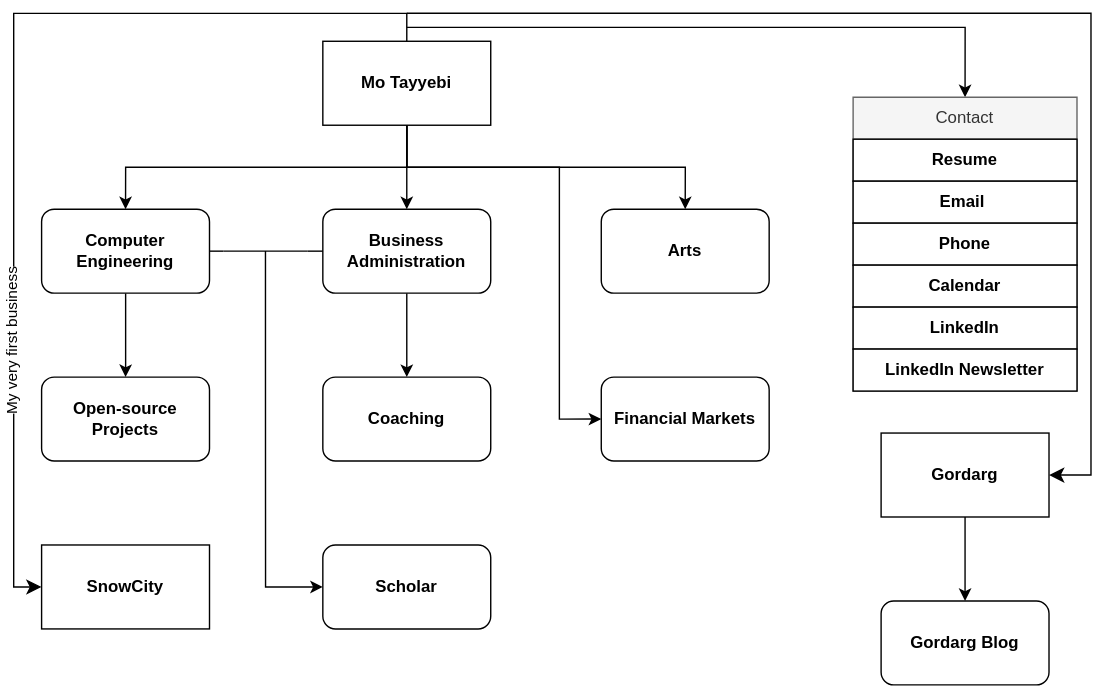
This is img/map.drawio.svg from tayyebi/tayyebi.github.io, a draw.io export, as it was before one commit. Source tidied: cells renumbered, new cells last; positions are measured from the earlier drawing's top-left corner, leaving out a move shared by most shapes. Source of this version:
```xml
<mxGraphModel>
  <root>
    <mxCell id="0" />
    <mxCell id="1" parent="0" />
    <mxCell id="2" style="edgeStyle=orthogonalEdgeStyle;rounded=0;jettySize=auto;html=1;entryX=0.5;entryY=0;entryDx=0;entryDy=0;" parent="1" edge="1" source="6" target="10">
      <mxGeometry relative="1" as="geometry">
        <Array as="points">
          <mxPoint x="281" y="150" />
          <mxPoint x="80" y="150" />
        </Array>
      </mxGeometry>
    </mxCell>
    <mxCell id="3" style="edgeStyle=orthogonalEdgeStyle;rounded=0;jettySize=auto;html=1;" parent="1" edge="1" source="6" target="12">
      <mxGeometry relative="1" as="geometry" />
    </mxCell>
    <mxCell id="4" style="edgeStyle=orthogonalEdgeStyle;rounded=0;jettySize=auto;html=1;exitX=0.5;exitY=1;exitDx=0;exitDy=0;entryX=0.5;entryY=0;entryDx=0;entryDy=0;" parent="1" edge="1" source="6" target="20">
      <mxGeometry relative="1" as="geometry" />
    </mxCell>
    <mxCell id="5" style="edgeStyle=orthogonalEdgeStyle;rounded=0;jettySize=auto;html=1;exitX=0.5;exitY=0;exitDx=0;exitDy=0;entryX=0.5;entryY=0;entryDx=0;entryDy=0;" parent="1" edge="1" source="6" target="13">
      <mxGeometry relative="1" as="geometry">
        <Array as="points">
          <mxPoint x="281" y="50" />
          <mxPoint x="680" y="50" />
        </Array>
      </mxGeometry>
    </mxCell>
    <mxCell id="6" value="&lt;b&gt;Mo Tayyebi&lt;/b&gt;" style="rounded=1;whiteSpace=wrap;html=1;arcSize=0;" parent="1" vertex="1">
      <mxGeometry x="221" y="60" width="120" height="60" as="geometry" />
    </mxCell>
    <mxCell id="7" style="edgeStyle=orthogonalEdgeStyle;rounded=0;jettySize=auto;html=1;exitX=0.5;exitY=1;exitDx=0;exitDy=0;entryX=0.5;entryY=0;entryDx=0;entryDy=0;" parent="1" edge="1" source="8" target="25">
      <mxGeometry relative="1" as="geometry" />
    </mxCell>
    <mxCell id="8" value="&lt;b&gt;Gordarg&lt;/b&gt;" style="rounded=0;whiteSpace=wrap;html=1;" parent="1" vertex="1">
      <mxGeometry x="620" y="340" width="120" height="60" as="geometry" />
    </mxCell>
    <mxCell id="9" style="edgeStyle=orthogonalEdgeStyle;rounded=0;jettySize=auto;html=1;entryX=0.5;entryY=0;entryDx=0;entryDy=0;fontColor=#000000;" parent="1" edge="1" source="10" target="27">
      <mxGeometry relative="1" as="geometry">
        <Array as="points">
          <mxPoint x="80" y="290" />
          <mxPoint x="80" y="290" />
        </Array>
      </mxGeometry>
    </mxCell>
    <mxCell id="10" value="&lt;b&gt;Computer Engineering&lt;/b&gt;" style="rounded=1;whiteSpace=wrap;html=1;" parent="1" vertex="1">
      <mxGeometry x="20" y="180" width="120" height="60" as="geometry" />
    </mxCell>
    <mxCell id="11" style="edgeStyle=orthogonalEdgeStyle;rounded=0;jettySize=auto;html=1;exitX=0.5;exitY=1;exitDx=0;exitDy=0;entryX=0.5;entryY=0;entryDx=0;entryDy=0;fontColor=#000000;" parent="1" edge="1" source="12" target="26">
      <mxGeometry relative="1" as="geometry" />
    </mxCell>
    <mxCell id="12" value="&lt;b&gt;Business Administration&lt;/b&gt;" style="rounded=1;whiteSpace=wrap;html=1;" parent="1" vertex="1">
      <mxGeometry x="221" y="180" width="120" height="60" as="geometry" />
    </mxCell>
    <mxCell id="13" value="Contact" style="swimlane;fontStyle=0;horizontal=1;startSize=30;whiteSpace=wrap;html=1;fillStyle=solid;fillColor=#f5f5f5;fontColor=#333333;strokeColor=#666666;" parent="1" vertex="1">
      <mxGeometry x="600" y="100" width="160" height="210" as="geometry" />
    </mxCell>
    <mxCell id="14" value="Resume" style="text;align=center;verticalAlign=middle;spacingLeft=4;spacingRight=4;overflow=hidden;whiteSpace=wrap;html=1;fillColor=default;strokeColor=default;fontStyle=1;" parent="13" vertex="1">
      <mxGeometry y="30" width="160" height="30" as="geometry" />
    </mxCell>
    <mxCell id="15" value="Email&amp;nbsp;" style="text;align=center;verticalAlign=middle;spacingLeft=4;spacingRight=4;overflow=hidden;whiteSpace=wrap;html=1;fillColor=default;strokeColor=default;fontStyle=1;" parent="13" vertex="1">
      <mxGeometry y="60" width="160" height="30" as="geometry" />
    </mxCell>
    <mxCell id="16" value="Phone" style="text;align=center;verticalAlign=middle;spacingLeft=4;spacingRight=4;overflow=hidden;whiteSpace=wrap;html=1;fillColor=default;strokeColor=default;fontStyle=1;" parent="13" vertex="1">
      <mxGeometry y="90" width="160" height="30" as="geometry" />
    </mxCell>
    <mxCell id="17" value="Calendar" style="text;align=center;verticalAlign=middle;spacingLeft=4;spacingRight=4;overflow=hidden;whiteSpace=wrap;html=1;fillColor=default;strokeColor=default;fontStyle=1;" parent="13" vertex="1">
      <mxGeometry y="120" width="160" height="30" as="geometry" />
    </mxCell>
    <mxCell id="18" value="LinkedIn" style="text;align=center;verticalAlign=middle;spacingLeft=4;spacingRight=4;overflow=hidden;whiteSpace=wrap;html=1;fillColor=default;strokeColor=default;fontStyle=1;" parent="13" vertex="1">
      <mxGeometry y="150" width="160" height="30" as="geometry" />
    </mxCell>
    <mxCell id="19" value="LinkedIn&amp;nbsp;&lt;span style=&quot;background-color: initial;&quot;&gt;Newsletter&lt;/span&gt;" style="text;align=center;verticalAlign=middle;spacingLeft=4;spacingRight=4;overflow=hidden;whiteSpace=wrap;html=1;fillColor=default;strokeColor=default;fontStyle=1;" parent="13" vertex="1">
      <mxGeometry y="180" width="160" height="30" as="geometry" />
    </mxCell>
    <mxCell id="20" value="&lt;b&gt;Arts&lt;br&gt;&lt;/b&gt;" style="rounded=1;whiteSpace=wrap;html=1;" parent="1" vertex="1">
      <mxGeometry x="420" y="180" width="120" height="60" as="geometry" />
    </mxCell>
    <mxCell id="21" style="edgeStyle=orthogonalEdgeStyle;rounded=0;jettySize=auto;html=1;exitX=0;exitY=0;exitDx=30;exitDy=80;exitPerimeter=0;entryX=0;entryY=0.5;entryDx=0;entryDy=0;" parent="1" edge="1" source="22" target="28">
      <mxGeometry relative="1" as="geometry" />
    </mxCell>
    <mxCell id="22" style="shape=tee;whiteSpace=wrap;html=1;strokeColor=default;fontColor=#000000;dx=0;dy=0;" parent="1" vertex="1">
      <mxGeometry x="150" y="210" width="60" height="80" as="geometry" />
    </mxCell>
    <mxCell id="23" style="endArrow=none;html=1;rounded=0;fontColor=#000000;entryX=0;entryY=0.5;entryDx=0;entryDy=0;exitX=1;exitY=0;exitDx=0;exitDy=0;exitPerimeter=0;" parent="1" edge="1" source="22" target="12">
      <mxGeometry relative="1" as="geometry" />
    </mxCell>
    <mxCell id="24" style="endArrow=none;html=1;rounded=0;fontColor=#000000;entryX=0;entryY=0;entryDx=0;entryDy=0;entryPerimeter=0;exitX=1;exitY=0.5;exitDx=0;exitDy=0;" parent="1" edge="1" source="10" target="22">
      <mxGeometry relative="1" as="geometry" />
    </mxCell>
    <mxCell id="25" value="&lt;b&gt;Gordarg Blog&lt;/b&gt;" style="rounded=1;whiteSpace=wrap;html=1;" parent="1" vertex="1">
      <mxGeometry x="620" y="460" width="120" height="60" as="geometry" />
    </mxCell>
    <mxCell id="26" value="&lt;b&gt;Coaching&lt;br&gt;&lt;/b&gt;" style="rounded=1;whiteSpace=wrap;html=1;" parent="1" vertex="1">
      <mxGeometry x="221" y="300" width="120" height="60" as="geometry" />
    </mxCell>
    <mxCell id="27" value="&lt;b&gt;Open-source Projects&lt;/b&gt;" style="rounded=1;whiteSpace=wrap;html=1;" parent="1" vertex="1">
      <mxGeometry x="20" y="300" width="120" height="60" as="geometry" />
    </mxCell>
    <mxCell id="28" value="&lt;b&gt;Scholar&lt;br&gt;&lt;/b&gt;" style="rounded=1;whiteSpace=wrap;html=1;" parent="1" vertex="1">
      <mxGeometry x="221" y="420" width="120" height="60" as="geometry" />
    </mxCell>
    <mxCell id="29" style="edgeStyle=orthogonalEdgeStyle;rounded=0;jettySize=auto;html=1;entryX=0;entryY=0.5;entryDx=0;entryDy=0;exitX=0.5;exitY=1;exitDx=0;exitDy=0;" parent="1" edge="1" source="6" target="30">
      <mxGeometry relative="1" as="geometry">
        <Array as="points">
          <mxPoint x="281" y="150" />
          <mxPoint x="390" y="150" />
          <mxPoint x="390" y="330" />
        </Array>
      </mxGeometry>
    </mxCell>
    <mxCell id="30" value="&lt;b&gt;Financial Markets&lt;br&gt;&lt;/b&gt;" style="rounded=1;whiteSpace=wrap;html=1;" parent="1" vertex="1">
      <mxGeometry x="420" y="300" width="120" height="60" as="geometry" />
    </mxCell>
    <mxCell id="31" style="edgeStyle=segmentEdgeStyle;endArrow=classic;html=1;curved=0;rounded=0;endSize=8;startSize=8;exitX=0.5;exitY=0;exitDx=0;exitDy=0;entryX=0;entryY=0.5;entryDx=0;entryDy=0;" parent="1" edge="1" target="33">
      <mxGeometry relative="1" as="geometry">
        <mxPoint x="281" y="50" as="sourcePoint" />
        <Array as="points">
          <mxPoint x="281" y="40" />
          <mxPoint y="40" />
          <mxPoint y="450" />
        </Array>
      </mxGeometry>
    </mxCell>
    <mxCell id="32" value="My very first business" style="edgeLabel;html=1;align=center;verticalAlign=middle;rotation=270;" parent="31" vertex="1">
      <mxGeometry x="-0.2" y="4" relative="1" as="geometry">
        <mxPoint x="-3" y="231" as="offset" />
      </mxGeometry>
    </mxCell>
    <mxCell id="33" value="&lt;b&gt;SnowCity&lt;br&gt;&lt;/b&gt;" style="rounded=0;whiteSpace=wrap;html=1;" parent="1" vertex="1">
      <mxGeometry x="20" y="420" width="120" height="60" as="geometry" />
    </mxCell>
    <mxCell id="34" style="edgeStyle=elbowEdgeStyle;elbow=horizontal;endArrow=classic;html=1;curved=0;rounded=0;endSize=8;startSize=8;exitX=0.5;exitY=0;exitDx=0;exitDy=0;entryX=1;entryY=0.5;entryDx=0;entryDy=0;" parent="1" edge="1" target="8">
      <mxGeometry relative="1" as="geometry">
        <mxPoint x="281" y="40" as="sourcePoint" />
        <Array as="points">
          <mxPoint x="770" />
        </Array>
      </mxGeometry>
    </mxCell>
  </root>
</mxGraphModel>
```
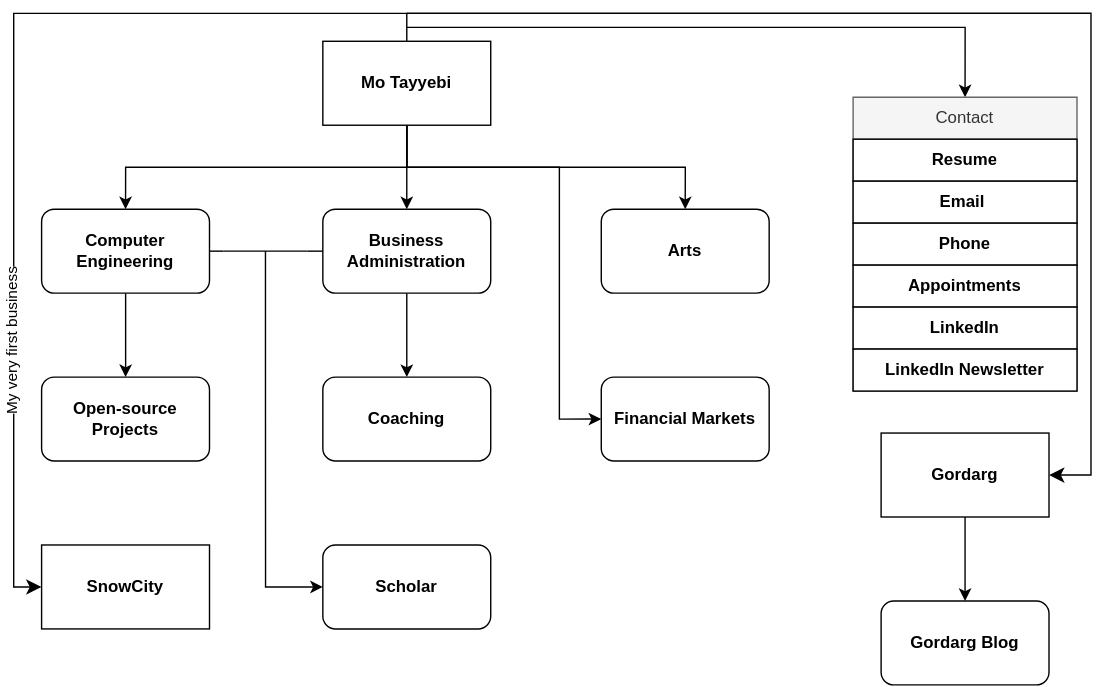
The same diagram one commit later.

Change to the diagram source:
```diff
@@ -62,7 +62,7 @@
     <mxCell id="16" value="Phone" style="text;align=center;verticalAlign=middle;spacingLeft=4;spacingRight=4;overflow=hidden;whiteSpace=wrap;html=1;fillColor=default;strokeColor=default;fontStyle=1;" parent="13" vertex="1">
       <mxGeometry y="90" width="160" height="30" as="geometry" />
     </mxCell>
-    <mxCell id="17" value="Calendar" style="text;align=center;verticalAlign=middle;spacingLeft=4;spacingRight=4;overflow=hidden;whiteSpace=wrap;html=1;fillColor=default;strokeColor=default;fontStyle=1;" parent="13" vertex="1">
+    <mxCell id="17" value="Appointments" style="text;align=center;verticalAlign=middle;spacingLeft=4;spacingRight=4;overflow=hidden;whiteSpace=wrap;html=1;fillColor=default;strokeColor=default;fontStyle=1;" parent="13" vertex="1">
       <mxGeometry y="120" width="160" height="30" as="geometry" />
     </mxCell>
     <mxCell id="18" value="LinkedIn" style="text;align=center;verticalAlign=middle;spacingLeft=4;spacingRight=4;overflow=hidden;whiteSpace=wrap;html=1;fillColor=default;strokeColor=default;fontStyle=1;" parent="13" vertex="1">
```
